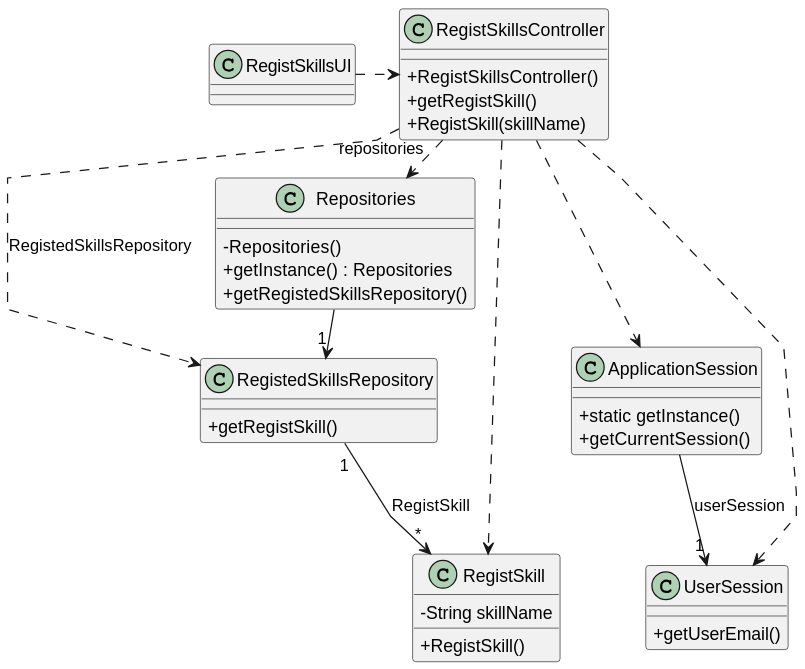
1231360-ISEP/lei-24-s2-1db-g021 keeps this PlantUML diagram as docs/sprint2/us001/03.design/svg/us001-class-diagram.svg. Above is the earlier version.
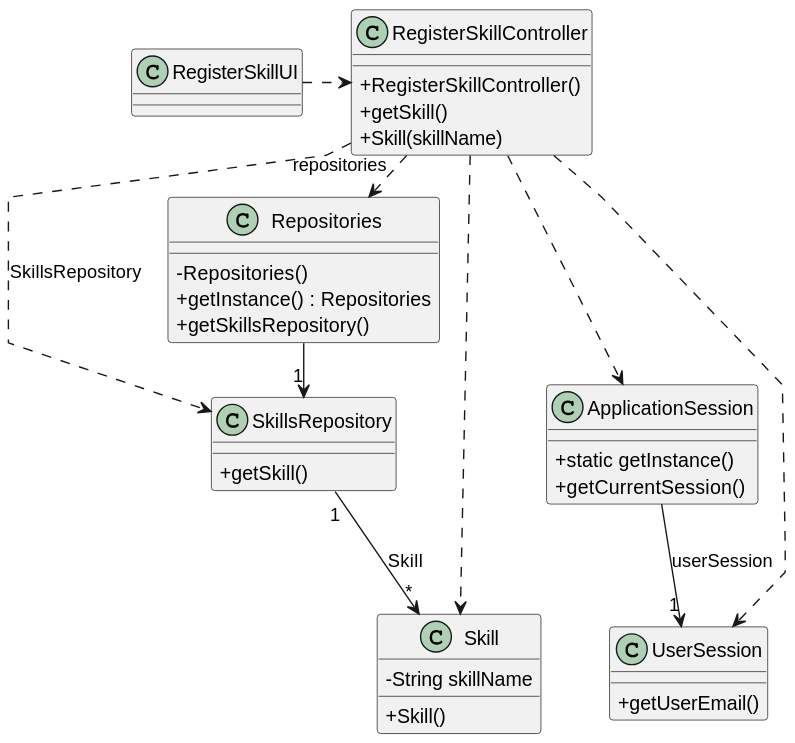
The same file after the commit.

The edit, as a diff of the source:
```diff
@@ -15,43 +15,43 @@
     + getUserEmail()
 }
 
-class RegistSkill {
+class Skill {
     - String skillName
-    + RegistSkill()
+    + Skill()
 }
 
-class RegistedSkillsRepository {
-    + getRegistSkill()
+class SkillsRepository {
+    + getSkill()
 }
 
 class Repositories {
     - Repositories()
     + getInstance() : Repositories
-    + getRegistedSkillsRepository()
+    + getSkillsRepository()
 }
 
-class RegistSkillsController {
-    + RegistSkillsController()
-    + getRegistSkill()
-    + RegistSkill(skillName)
+class RegisterSkillController {
+    + RegisterSkillController()
+    + getSkill()
+    + Skill(skillName)
 }
 
-class RegistSkillsUI {
+class RegisterSkillUI {
 }
 
-RegistSkillsUI .> RegistSkillsController
+RegisterSkillUI .> RegisterSkillController
 
-RegistSkillsController .> Repositories : repositories
+RegisterSkillController .> Repositories : repositories
 
-Repositories -> "1" RegistedSkillsRepository
+Repositories -> "1" SkillsRepository
 
-RegistSkillsController ..> RegistSkill
-RegistSkillsController ..> RegistedSkillsRepository : RegistedSkillsRepository
+RegisterSkillController ..> Skill
+RegisterSkillController ..> SkillsRepository : SkillsRepository
 
 
 ApplicationSession --> "1" UserSession : userSession
 
-RegistSkillsController ..> ApplicationSession
-RegistSkillsController ..> UserSession
-RegistedSkillsRepository "1" --> "*" RegistSkill : RegistSkill
+RegisterSkillController ..> ApplicationSession
+RegisterSkillController ..> UserSession
+SkillsRepository "1" --> "*" Skill : Skill
 @enduml
```
